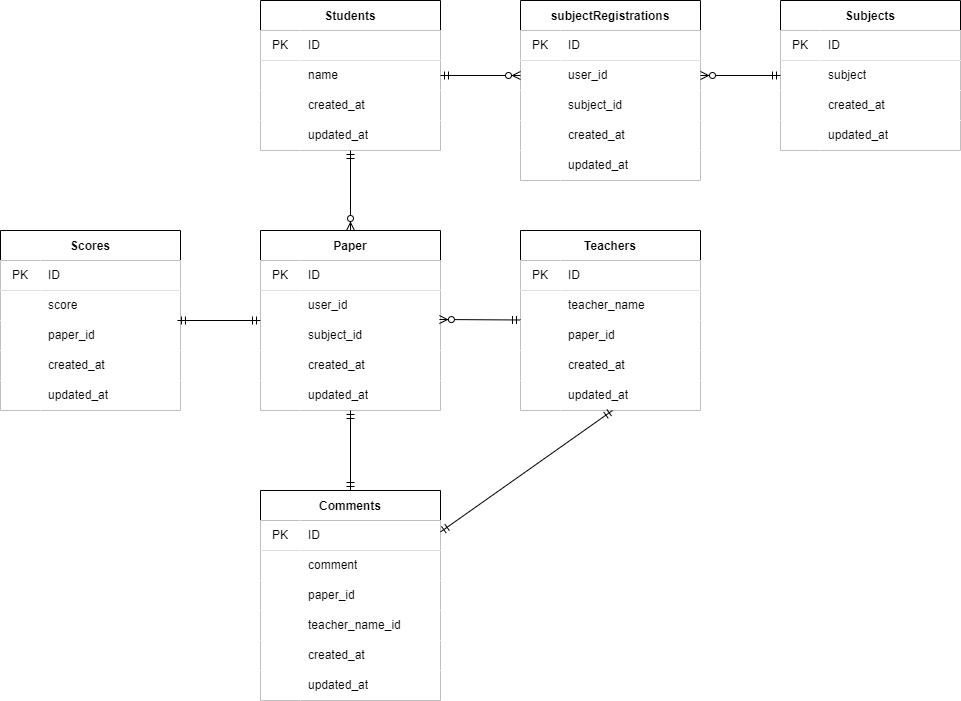
The draw.io diagram 20221026koyanagi/index.drawio.png in yuki-zirushi/PowerStruggle, before a commit. Source tidied: cells renumbered, new cells last; positions are measured from the earlier drawing's top-left corner, leaving out a move shared by most shapes.
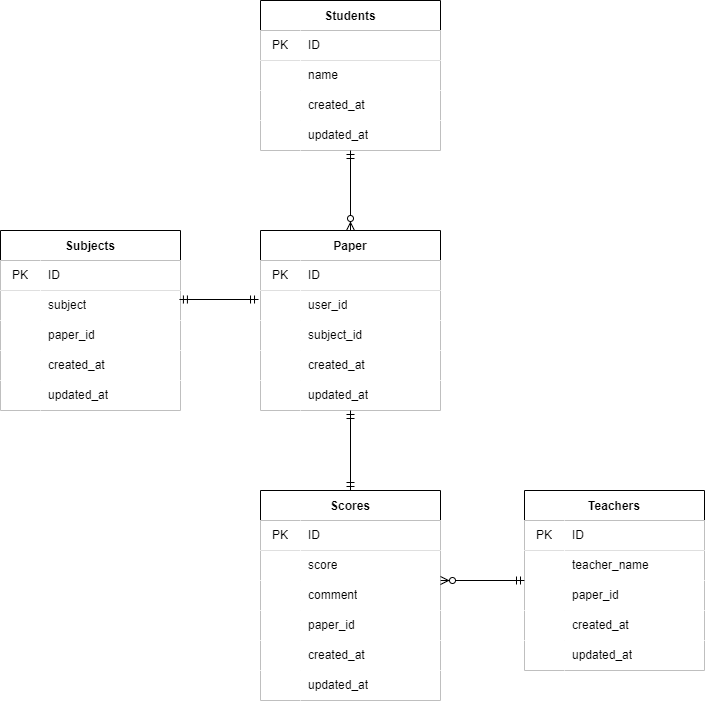
The same file after the commit.

What changed in the source:
```diff
@@ -41,56 +41,8 @@
     <mxCell id="14" value="updated_at" style="shape=partialRectangle;html=1;whiteSpace=wrap;top=0;left=0;bottom=0;right=0;align=left;spacingLeft=6;overflow=hidden;labelBackgroundColor=none;labelBorderColor=none;" parent="12" vertex="1">
       <mxGeometry x="40" width="140" height="30" as="geometry" />
     </mxCell>
-    <mxCell id="15" value="subjectRegistrations" style="shape=table;startSize=30;rowLines=0;fontStyle=1;align=center;" parent="1" vertex="1">
-      <mxGeometry x="520" width="180" height="180" as="geometry" />
-    </mxCell>
-    <mxCell id="16" style="shape=partialRectangle;html=1;whiteSpace=wrap;top=0;left=0;bottom=1;right=0;" parent="15" vertex="1">
-      <mxGeometry y="30" width="180" height="30" as="geometry" />
-    </mxCell>
-    <mxCell id="17" value="PK" style="shape=partialRectangle;html=1;whiteSpace=wrap;top=0;left=0;bottom=0;right=0;overflow=hidden;" parent="16" vertex="1">
-      <mxGeometry width="40" height="30" as="geometry" />
-    </mxCell>
-    <mxCell id="18" value="ID" style="shape=partialRectangle;html=1;whiteSpace=wrap;top=0;left=0;bottom=0;right=0;align=left;spacingLeft=6;overflow=hidden;" parent="16" vertex="1">
-      <mxGeometry x="40" width="140" height="30" as="geometry" />
-    </mxCell>
-    <mxCell id="19" style="shape=partialRectangle;html=1;whiteSpace=wrap;top=0;left=0;bottom=0;right=0;points=[[0,0.5],[1,0.5]];portConstraint=eastwest;" parent="15" vertex="1">
-      <mxGeometry y="60" width="180" height="30" as="geometry" />
-    </mxCell>
-    <mxCell id="20" style="shape=partialRectangle;html=1;whiteSpace=wrap;top=0;left=0;bottom=0;right=0;overflow=hidden;" parent="19" vertex="1">
-      <mxGeometry width="40" height="30" as="geometry" />
-    </mxCell>
-    <mxCell id="21" value="user_id" style="shape=partialRectangle;html=1;whiteSpace=wrap;top=0;left=0;bottom=0;right=0;align=left;spacingLeft=6;overflow=hidden;" parent="19" vertex="1">
-      <mxGeometry x="40" width="140" height="30" as="geometry" />
-    </mxCell>
-    <mxCell id="22" style="shape=partialRectangle;html=1;whiteSpace=wrap;top=0;left=0;bottom=0;right=0;" parent="15" vertex="1">
-      <mxGeometry y="90" width="180" height="30" as="geometry" />
-    </mxCell>
-    <mxCell id="23" style="shape=partialRectangle;html=1;whiteSpace=wrap;top=0;left=0;bottom=0;right=0;overflow=hidden;" parent="22" vertex="1">
-      <mxGeometry width="40" height="30" as="geometry" />
-    </mxCell>
-    <mxCell id="24" value="subject_id" style="shape=partialRectangle;html=1;whiteSpace=wrap;top=0;left=0;bottom=0;right=0;align=left;spacingLeft=6;overflow=hidden;" parent="22" vertex="1">
-      <mxGeometry x="40" width="140" height="30" as="geometry" />
-    </mxCell>
-    <mxCell id="25" style="shape=partialRectangle;html=1;whiteSpace=wrap;top=0;left=0;bottom=0;right=0;" parent="15" vertex="1">
-      <mxGeometry y="120" width="180" height="30" as="geometry" />
-    </mxCell>
-    <mxCell id="26" style="shape=partialRectangle;html=1;whiteSpace=wrap;top=0;left=0;bottom=0;right=0;overflow=hidden;" parent="25" vertex="1">
-      <mxGeometry width="40" height="30" as="geometry" />
-    </mxCell>
-    <mxCell id="27" value="created_at" style="shape=partialRectangle;html=1;whiteSpace=wrap;top=0;left=0;bottom=0;right=0;align=left;spacingLeft=6;overflow=hidden;" parent="25" vertex="1">
-      <mxGeometry x="40" width="140" height="30" as="geometry" />
-    </mxCell>
-    <mxCell id="28" style="shape=partialRectangle;html=1;whiteSpace=wrap;top=0;left=0;bottom=0;right=0;" parent="15" vertex="1">
-      <mxGeometry y="150" width="180" height="30" as="geometry" />
-    </mxCell>
-    <mxCell id="29" style="shape=partialRectangle;html=1;whiteSpace=wrap;top=0;left=0;bottom=0;right=0;overflow=hidden;" parent="28" vertex="1">
-      <mxGeometry width="40" height="30" as="geometry" />
-    </mxCell>
-    <mxCell id="30" value="updated_at" style="shape=partialRectangle;html=1;whiteSpace=wrap;top=0;left=0;bottom=0;right=0;align=left;spacingLeft=6;overflow=hidden;" parent="28" vertex="1">
-      <mxGeometry x="40" width="140" height="30" as="geometry" />
-    </mxCell>
     <mxCell id="31" value="Subjects" style="shape=table;startSize=30;rowLines=0;fontStyle=1;align=center;" parent="1" vertex="1">
-      <mxGeometry x="780" width="180" height="150" as="geometry" />
+      <mxGeometry y="230" width="180" height="180" as="geometry" />
     </mxCell>
     <mxCell id="32" style="shape=partialRectangle;html=1;whiteSpace=wrap;top=0;left=0;bottom=1;right=0;" parent="31" vertex="1">
       <mxGeometry y="30" width="180" height="30" as="geometry" />
@@ -110,8 +62,17 @@
     <mxCell id="37" value="subject" style="shape=partialRectangle;html=1;whiteSpace=wrap;top=0;left=0;bottom=0;right=0;align=left;spacingLeft=6;overflow=hidden;" parent="35" vertex="1">
       <mxGeometry x="40" width="140" height="30" as="geometry" />
     </mxCell>
+    <mxCell id="118" style="shape=partialRectangle;html=1;whiteSpace=wrap;top=0;left=0;bottom=0;right=0;" parent="31" vertex="1">
+      <mxGeometry y="90" width="180" height="30" as="geometry" />
+    </mxCell>
+    <mxCell id="119" style="shape=partialRectangle;html=1;whiteSpace=wrap;top=0;left=0;bottom=0;right=0;overflow=hidden;" parent="118" vertex="1">
+      <mxGeometry width="40" height="30" as="geometry" />
+    </mxCell>
+    <mxCell id="53" value="paper_id" style="shape=partialRectangle;html=1;whiteSpace=wrap;top=0;left=0;bottom=0;right=0;align=left;spacingLeft=6;overflow=hidden;" parent="118" vertex="1">
+      <mxGeometry x="40" width="140" height="30" as="geometry" />
+    </mxCell>
     <mxCell id="38" style="shape=partialRectangle;html=1;whiteSpace=wrap;top=0;left=0;bottom=0;right=0;" parent="31" vertex="1">
-      <mxGeometry y="90" width="180" height="30" as="geometry" />
+      <mxGeometry y="120" width="180" height="30" as="geometry" />
     </mxCell>
     <mxCell id="39" style="shape=partialRectangle;html=1;whiteSpace=wrap;top=0;left=0;bottom=0;right=0;overflow=hidden;" parent="38" vertex="1">
       <mxGeometry width="40" height="30" as="geometry" />
@@ -120,7 +81,7 @@
       <mxGeometry x="40" width="140" height="30" as="geometry" />
     </mxCell>
     <mxCell id="41" style="shape=partialRectangle;html=1;whiteSpace=wrap;top=0;left=0;bottom=0;right=0;" parent="31" vertex="1">
-      <mxGeometry y="120" width="180" height="30" as="geometry" />
+      <mxGeometry y="150" width="180" height="30" as="geometry" />
     </mxCell>
     <mxCell id="42" style="shape=partialRectangle;html=1;whiteSpace=wrap;top=0;left=0;bottom=0;right=0;overflow=hidden;" parent="41" vertex="1">
       <mxGeometry width="40" height="30" as="geometry" />
@@ -128,65 +89,8 @@
     <mxCell id="43" value="updated_at" style="shape=partialRectangle;html=1;whiteSpace=wrap;top=0;left=0;bottom=0;right=0;align=left;spacingLeft=6;overflow=hidden;" parent="41" vertex="1">
       <mxGeometry x="40" width="140" height="30" as="geometry" />
     </mxCell>
-    <mxCell id="44" value="Comments" style="shape=table;startSize=30;rowLines=0;fontStyle=1;align=center;" parent="1" vertex="1">
-      <mxGeometry x="260" y="490" width="180" height="210" as="geometry" />
-    </mxCell>
-    <mxCell id="45" style="shape=partialRectangle;html=1;whiteSpace=wrap;top=0;left=0;bottom=1;right=0;" parent="44" vertex="1">
-      <mxGeometry y="30" width="180" height="30" as="geometry" />
-    </mxCell>
-    <mxCell id="46" value="PK" style="shape=partialRectangle;html=1;whiteSpace=wrap;top=0;left=0;bottom=0;right=0;overflow=hidden;" parent="45" vertex="1">
-      <mxGeometry width="40" height="30" as="geometry" />
-    </mxCell>
-    <mxCell id="47" value="ID" style="shape=partialRectangle;html=1;whiteSpace=wrap;top=0;left=0;bottom=0;right=0;align=left;spacingLeft=6;overflow=hidden;" parent="45" vertex="1">
-      <mxGeometry x="40" width="140" height="30" as="geometry" />
-    </mxCell>
-    <mxCell id="48" style="shape=partialRectangle;html=1;whiteSpace=wrap;top=0;left=0;bottom=0;right=0;" parent="44" vertex="1">
-      <mxGeometry y="60" width="180" height="30" as="geometry" />
-    </mxCell>
-    <mxCell id="49" style="shape=partialRectangle;html=1;whiteSpace=wrap;top=0;left=0;bottom=0;right=0;overflow=hidden;" parent="48" vertex="1">
-      <mxGeometry width="40" height="30" as="geometry" />
-    </mxCell>
-    <mxCell id="50" value="comment" style="shape=partialRectangle;html=1;whiteSpace=wrap;top=0;left=0;bottom=0;right=0;align=left;spacingLeft=6;overflow=hidden;" parent="48" vertex="1">
-      <mxGeometry x="40" width="140" height="30" as="geometry" />
-    </mxCell>
-    <mxCell id="51" style="shape=partialRectangle;html=1;whiteSpace=wrap;top=0;left=0;bottom=0;right=0;" parent="44" vertex="1">
-      <mxGeometry y="90" width="180" height="30" as="geometry" />
-    </mxCell>
-    <mxCell id="52" style="shape=partialRectangle;html=1;whiteSpace=wrap;top=0;left=0;bottom=0;right=0;overflow=hidden;" parent="51" vertex="1">
-      <mxGeometry width="40" height="30" as="geometry" />
-    </mxCell>
-    <mxCell id="53" value="paper_id" style="shape=partialRectangle;html=1;whiteSpace=wrap;top=0;left=0;bottom=0;right=0;align=left;spacingLeft=6;overflow=hidden;" parent="51" vertex="1">
-      <mxGeometry x="40" width="140" height="30" as="geometry" />
-    </mxCell>
-    <mxCell id="54" style="shape=partialRectangle;html=1;whiteSpace=wrap;top=0;left=0;bottom=0;right=0;" parent="44" vertex="1">
-      <mxGeometry y="120" width="180" height="30" as="geometry" />
-    </mxCell>
-    <mxCell id="55" style="shape=partialRectangle;html=1;whiteSpace=wrap;top=0;left=0;bottom=0;right=0;overflow=hidden;" parent="54" vertex="1">
-      <mxGeometry width="40" height="30" as="geometry" />
-    </mxCell>
-    <mxCell id="56" value="teacher_name_id" style="shape=partialRectangle;html=1;whiteSpace=wrap;top=0;left=0;bottom=0;right=0;align=left;spacingLeft=6;overflow=hidden;" parent="54" vertex="1">
-      <mxGeometry x="40" width="140" height="30" as="geometry" />
-    </mxCell>
-    <mxCell id="57" style="shape=partialRectangle;html=1;whiteSpace=wrap;top=0;left=0;bottom=0;right=0;" parent="44" vertex="1">
-      <mxGeometry y="150" width="180" height="30" as="geometry" />
-    </mxCell>
-    <mxCell id="58" style="shape=partialRectangle;html=1;whiteSpace=wrap;top=0;left=0;bottom=0;right=0;overflow=hidden;" parent="57" vertex="1">
-      <mxGeometry width="40" height="30" as="geometry" />
-    </mxCell>
-    <mxCell id="59" value="created_at" style="shape=partialRectangle;html=1;whiteSpace=wrap;top=0;left=0;bottom=0;right=0;align=left;spacingLeft=6;overflow=hidden;" parent="57" vertex="1">
-      <mxGeometry x="40" width="140" height="30" as="geometry" />
-    </mxCell>
-    <mxCell id="60" style="shape=partialRectangle;html=1;whiteSpace=wrap;top=0;left=0;bottom=0;right=0;" parent="44" vertex="1">
-      <mxGeometry y="180" width="180" height="30" as="geometry" />
-    </mxCell>
-    <mxCell id="61" style="shape=partialRectangle;html=1;whiteSpace=wrap;top=0;left=0;bottom=0;right=0;overflow=hidden;" parent="60" vertex="1">
-      <mxGeometry width="40" height="30" as="geometry" />
-    </mxCell>
-    <mxCell id="62" value="updated_at" style="shape=partialRectangle;html=1;whiteSpace=wrap;top=0;left=0;bottom=0;right=0;align=left;spacingLeft=6;overflow=hidden;" parent="60" vertex="1">
-      <mxGeometry x="40" width="140" height="30" as="geometry" />
-    </mxCell>
     <mxCell id="63" value="Scores" style="shape=table;startSize=30;rowLines=0;fontStyle=1;align=center;" parent="1" vertex="1">
-      <mxGeometry y="230" width="180" height="180" as="geometry" />
+      <mxGeometry x="260" y="490" width="180" height="210" as="geometry" />
     </mxCell>
     <mxCell id="64" style="shape=partialRectangle;html=1;whiteSpace=wrap;top=0;left=0;bottom=1;right=0;" parent="63" vertex="1">
       <mxGeometry y="30" width="180" height="30" as="geometry" />
@@ -206,8 +110,17 @@
     <mxCell id="69" value="score" style="shape=partialRectangle;html=1;whiteSpace=wrap;top=0;left=0;bottom=0;right=0;align=left;spacingLeft=6;overflow=hidden;" parent="67" vertex="1">
       <mxGeometry x="40" width="140" height="30" as="geometry" />
     </mxCell>
+    <mxCell id="120" style="shape=partialRectangle;html=1;whiteSpace=wrap;top=0;left=0;bottom=0;right=0;" parent="63" vertex="1">
+      <mxGeometry y="90" width="180" height="30" as="geometry" />
+    </mxCell>
+    <mxCell id="121" style="shape=partialRectangle;html=1;whiteSpace=wrap;top=0;left=0;bottom=0;right=0;overflow=hidden;" parent="120" vertex="1">
+      <mxGeometry width="40" height="30" as="geometry" />
+    </mxCell>
+    <mxCell id="50" value="comment" style="shape=partialRectangle;html=1;whiteSpace=wrap;top=0;left=0;bottom=0;right=0;align=left;spacingLeft=6;overflow=hidden;" parent="120" vertex="1">
+      <mxGeometry x="40" width="140" height="30" as="geometry" />
+    </mxCell>
     <mxCell id="70" style="shape=partialRectangle;html=1;whiteSpace=wrap;top=0;left=0;bottom=0;right=0;" parent="63" vertex="1">
-      <mxGeometry y="90" width="180" height="30" as="geometry" />
+      <mxGeometry y="120" width="180" height="30" as="geometry" />
     </mxCell>
     <mxCell id="71" style="shape=partialRectangle;html=1;whiteSpace=wrap;top=0;left=0;bottom=0;right=0;overflow=hidden;" parent="70" vertex="1">
       <mxGeometry width="40" height="30" as="geometry" />
@@ -216,7 +129,7 @@
       <mxGeometry x="40" width="140" height="30" as="geometry" />
     </mxCell>
     <mxCell id="73" style="shape=partialRectangle;html=1;whiteSpace=wrap;top=0;left=0;bottom=0;right=0;" parent="63" vertex="1">
-      <mxGeometry y="120" width="180" height="30" as="geometry" />
+      <mxGeometry y="150" width="180" height="30" as="geometry" />
     </mxCell>
     <mxCell id="74" style="shape=partialRectangle;html=1;whiteSpace=wrap;top=0;left=0;bottom=0;right=0;overflow=hidden;" parent="73" vertex="1">
       <mxGeometry width="40" height="30" as="geometry" />
@@ -225,7 +138,7 @@
       <mxGeometry x="40" width="140" height="30" as="geometry" />
     </mxCell>
     <mxCell id="76" style="shape=partialRectangle;html=1;whiteSpace=wrap;top=0;left=0;bottom=0;right=0;" parent="63" vertex="1">
-      <mxGeometry y="150" width="180" height="30" as="geometry" />
+      <mxGeometry y="180" width="180" height="30" as="geometry" />
     </mxCell>
     <mxCell id="77" style="shape=partialRectangle;html=1;whiteSpace=wrap;top=0;left=0;bottom=0;right=0;overflow=hidden;" parent="76" vertex="1">
       <mxGeometry width="40" height="30" as="geometry" />
@@ -234,7 +147,7 @@
       <mxGeometry x="40" width="140" height="30" as="geometry" />
     </mxCell>
     <mxCell id="79" value="Teachers" style="shape=table;startSize=30;rowLines=0;fontStyle=1;align=center;" parent="1" vertex="1">
-      <mxGeometry x="520" y="230" width="180" height="180" as="geometry" />
+      <mxGeometry x="524" y="490" width="180" height="180" as="geometry" />
     </mxCell>
     <mxCell id="80" style="shape=partialRectangle;html=1;whiteSpace=wrap;top=0;left=0;bottom=1;right=0;" parent="79" vertex="1">
       <mxGeometry y="30" width="180" height="30" as="geometry" />
@@ -281,14 +194,6 @@
     <mxCell id="94" value="updated_at" style="shape=partialRectangle;html=1;whiteSpace=wrap;top=0;left=0;bottom=0;right=0;align=left;spacingLeft=6;overflow=hidden;" parent="92" vertex="1">
       <mxGeometry x="40" width="140" height="30" as="geometry" />
     </mxCell>
-    <mxCell id="95" style="fontSize=12;html=1;endArrow=ERzeroToMany;startArrow=ERmandOne;" parent="1" edge="1" target="19">
-      <mxGeometry relative="1" as="geometry">
-        <mxPoint x="440" y="75" as="sourcePoint" />
-      </mxGeometry>
-    </mxCell>
-    <mxCell id="96" style="fontSize=12;html=1;endArrow=ERzeroToMany;startArrow=ERmandOne;exitX=0;exitY=0.5;exitDx=0;exitDy=0;entryX=1;entryY=0.5;entryDx=0;entryDy=0;labelBackgroundColor=#FFFFFF;" parent="1" edge="1" source="35" target="19">
-      <mxGeometry relative="1" as="geometry" />
-    </mxCell>
     <mxCell id="97" value="Paper" style="shape=table;startSize=30;rowLines=0;fontStyle=1;align=center;labelBackgroundColor=none;labelBorderColor=none;" parent="1" vertex="1">
       <mxGeometry x="260" y="230" width="180" height="180" as="geometry" />
     </mxCell>
@@ -340,19 +245,18 @@
     <mxCell id="113" style="fontSize=12;html=1;endArrow=ERzeroToMany;startArrow=ERmandOne;entryX=0.5;entryY=0;entryDx=0;entryDy=0;" parent="1" edge="1" source="12" target="97">
       <mxGeometry relative="1" as="geometry" />
     </mxCell>
-    <mxCell id="114" style="fontSize=12;html=1;endArrow=ERzeroToMany;startArrow=ERmandOne;entryX=0.994;entryY=0.967;entryDx=0;entryDy=0;entryPerimeter=0;" parent="1" edge="1" source="79" target="101">
-      <mxGeometry relative="1" as="geometry" />
-    </mxCell>
-    <mxCell id="115" style="fontSize=12;html=1;endArrow=ERmandOne;startArrow=ERmandOne;exitX=0.5;exitY=1;exitDx=0;exitDy=0;entryX=0.5;entryY=0;entryDx=0;entryDy=0;" parent="1" edge="1" source="97" target="44">
-      <mxGeometry relative="1" as="geometry" />
+    <mxCell id="115" style="fontSize=12;html=1;endArrow=ERmandOne;startArrow=ERmandOne;exitX=0.5;exitY=1;exitDx=0;exitDy=0;entryX=0.5;entryY=0;entryDx=0;entryDy=0;" parent="1" edge="1" source="97">
+      <mxGeometry relative="1" as="geometry">
+        <mxPoint x="350" y="490" as="targetPoint" />
+      </mxGeometry>
     </mxCell>
-    <mxCell id="116" style="fontSize=12;html=1;endArrow=ERmandOne;startArrow=ERmandOne;exitX=0.511;exitY=1;exitDx=0;exitDy=0;exitPerimeter=0;" parent="1" edge="1" source="92" target="44">
-      <mxGeometry relative="1" as="geometry" />
-    </mxCell>
-    <mxCell id="117" style="fontSize=12;html=1;endArrow=ERmandOne;startArrow=ERmandOne;exitX=0.511;exitY=1;exitDx=0;exitDy=0;exitPerimeter=0;entryX=0.983;entryY=1;entryDx=0;entryDy=0;entryPerimeter=0;" parent="1" edge="1" target="67">
-      <mxGeometry relative="1" as="geometry">
-        <mxPoint x="260" y="320" as="sourcePoint" />
-      </mxGeometry>
-    </mxCell>
+    <mxCell id="122" style="fontSize=12;html=1;endArrow=ERzeroToMany;startArrow=ERmandOne;exitX=0;exitY=0.5;exitDx=0;exitDy=0;" parent="1" edge="1" source="79">
+      <mxGeometry relative="1" as="geometry">
+        <mxPoint x="440" y="580" as="targetPoint" />
+      </mxGeometry>
+    </mxCell>
+    <mxCell id="123" style="fontSize=12;html=1;endArrow=ERmandOne;startArrow=ERmandOne;exitX=0.994;exitY=0.3;exitDx=0;exitDy=0;exitPerimeter=0;entryX=-0.011;entryY=0.3;entryDx=0;entryDy=0;entryPerimeter=0;" parent="1" edge="1" source="35" target="101">
+      <mxGeometry relative="1" as="geometry" />
+    </mxCell>
   </root>
 </mxGraphModel>
```
